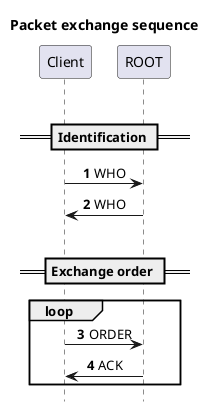
Earlier version of the PlantUML export doc/uml/out/packet_sequence.png (nicolasdeleuze/masi-dam-2425).
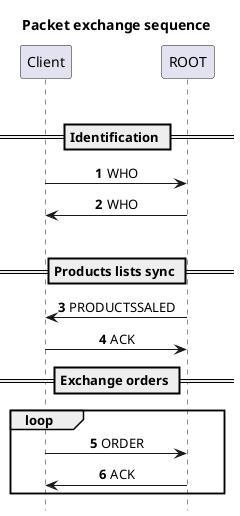
The same file after the commit.

Commit message:
doc : maj packets sequence

Diff of the diagram source:
```diff
@@ -18,7 +18,12 @@
 
 |||
 
-== Exchange order ==
+== Products lists sync ==
+
+RT -> C1 : PRODUCTSSALED
+C1 -> RT : ACK
+
+== Exchange orders ==
 
 loop
     C1 -> RT : ORDER
```
